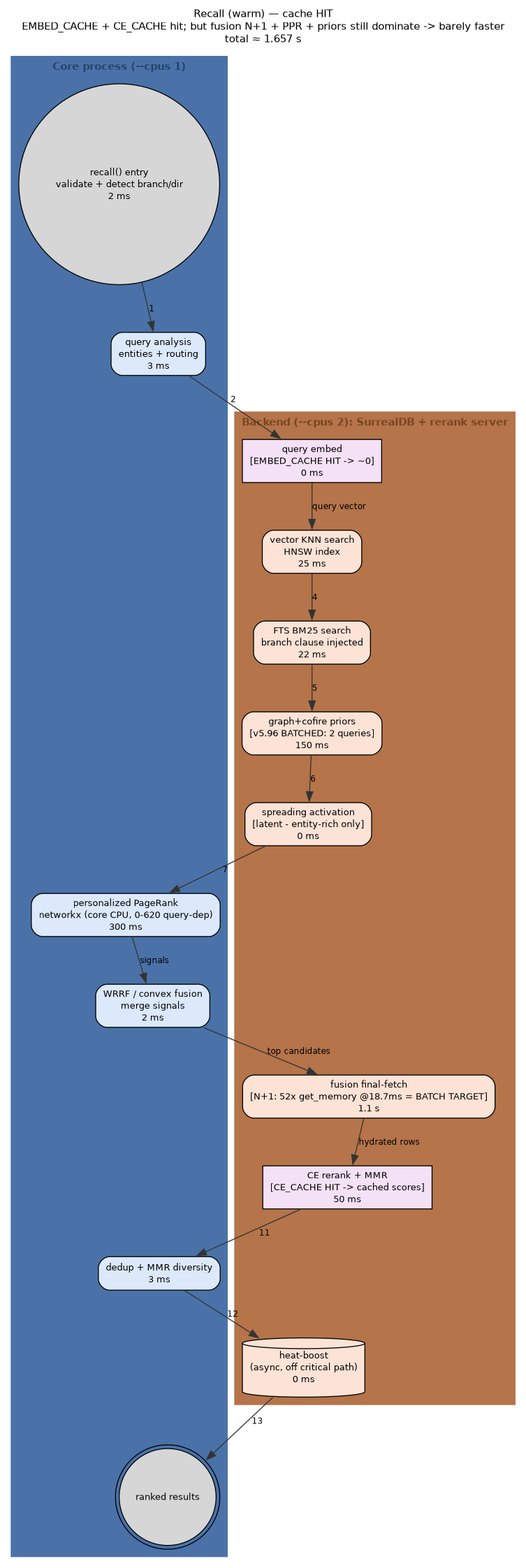
The Graphviz diagram docs/diagrams/out/recall-warm-cache-hit.png in m-agahi/yadgar, before a commit. Its source is kept beside it as docs/diagrams/out/recall-warm-cache-hit.dot.
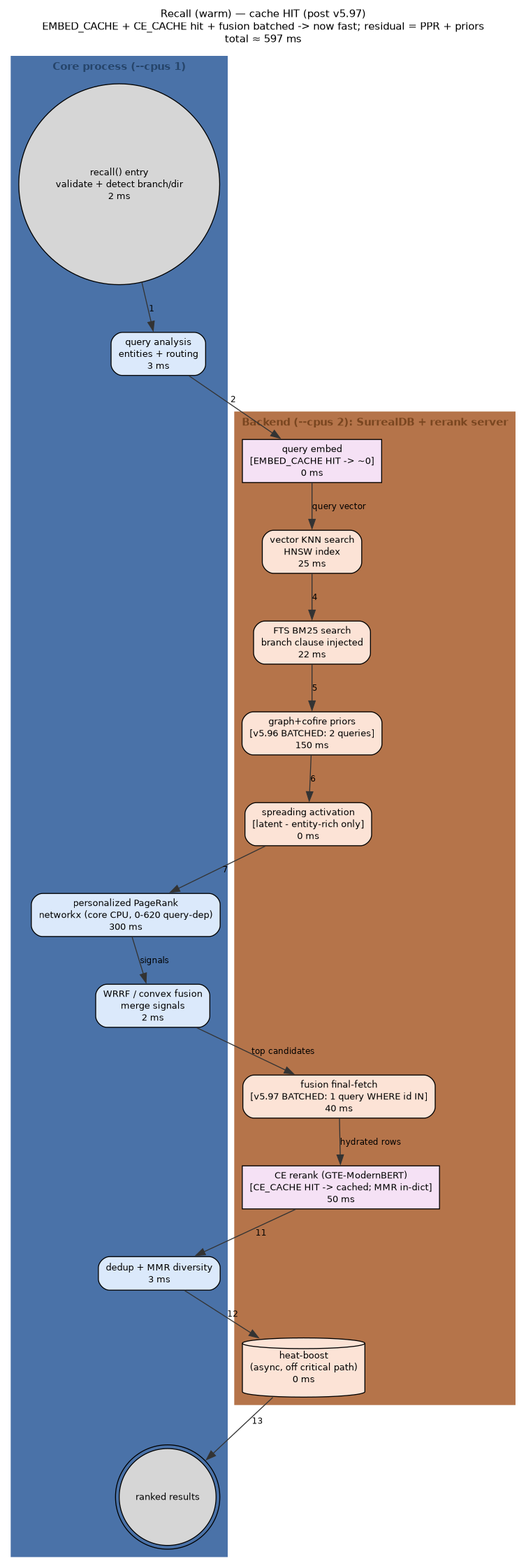
After the change.

Commit message:
docs: refresh recall diagrams for v5.97 (fusion batched 1100->40, CE=GTE-ModernBERT) + correct profile Fix-3 premise

What changed in the source:
```diff
@@ -7,9 +7,9 @@
   graph [fontname="Helvetica", fontsize=11, labelloc="t"];
   node  [fontname="Helvetica", fontsize=10];
   edge  [fontname="Helvetica", fontsize=9];
-  label="Recall (warm) — cache HIT
-EMBED_CACHE + CE_CACHE hit; but fusion N+1 + PPR + priors still dominate -> barely faster
-total ≈ 1.657 s";
+  label="Recall (warm) — cache HIT (post v5.97)
+EMBED_CACHE + CE_CACHE hit + fusion batched -> now fast; residual = PPR + priors
+total ≈ 597 ms";
   subgraph "cluster_core" {
     label="Core process (--cpus 1)";
     style=filled;
@@ -36,8 +36,8 @@
     "fts" [shape="box", style="rounded,filled", fillcolor="#fce3d6", label="FTS BM25 search\nbranch clause injected\n22 ms"];
     "priors" [shape="box", style="rounded,filled", fillcolor="#fce3d6", label="graph+cofire priors\n[v5.96 BATCHED: 2 queries]\n150 ms"];
     "spread" [shape="box", style="rounded,filled", fillcolor="#fce3d6", label="spreading activation\n[latent - entity-rich only]\n0 ms"];
-    "fetch" [shape="box", style="rounded,filled", fillcolor="#fce3d6", label="fusion final-fetch\n[N+1: 52x get_memory @18.7ms = BATCH TARGET]\n1.1 s"];
-    "cererank" [shape="box", style="filled", fillcolor="#f5e1f5", label="CE rerank + MMR\n[CE_CACHE HIT -> cached scores]\n50 ms"];
+    "fetch" [shape="box", style="rounded,filled", fillcolor="#fce3d6", label="fusion final-fetch\n[v5.97 BATCHED: 1 query WHERE id IN]\n40 ms"];
+    "cererank" [shape="box", style="filled", fillcolor="#f5e1f5", label="CE rerank (GTE-ModernBERT)\n[CE_CACHE HIT -> cached; MMR in-dict]\n50 ms"];
     "heat" [shape="cylinder", style="filled", fillcolor="#fce3d6", label="heat-boost\n(async, off critical path)\n0 ms"];
   }
   "entry" -> "qanalysis" [color="#333333", style="solid", label="1"];
```
